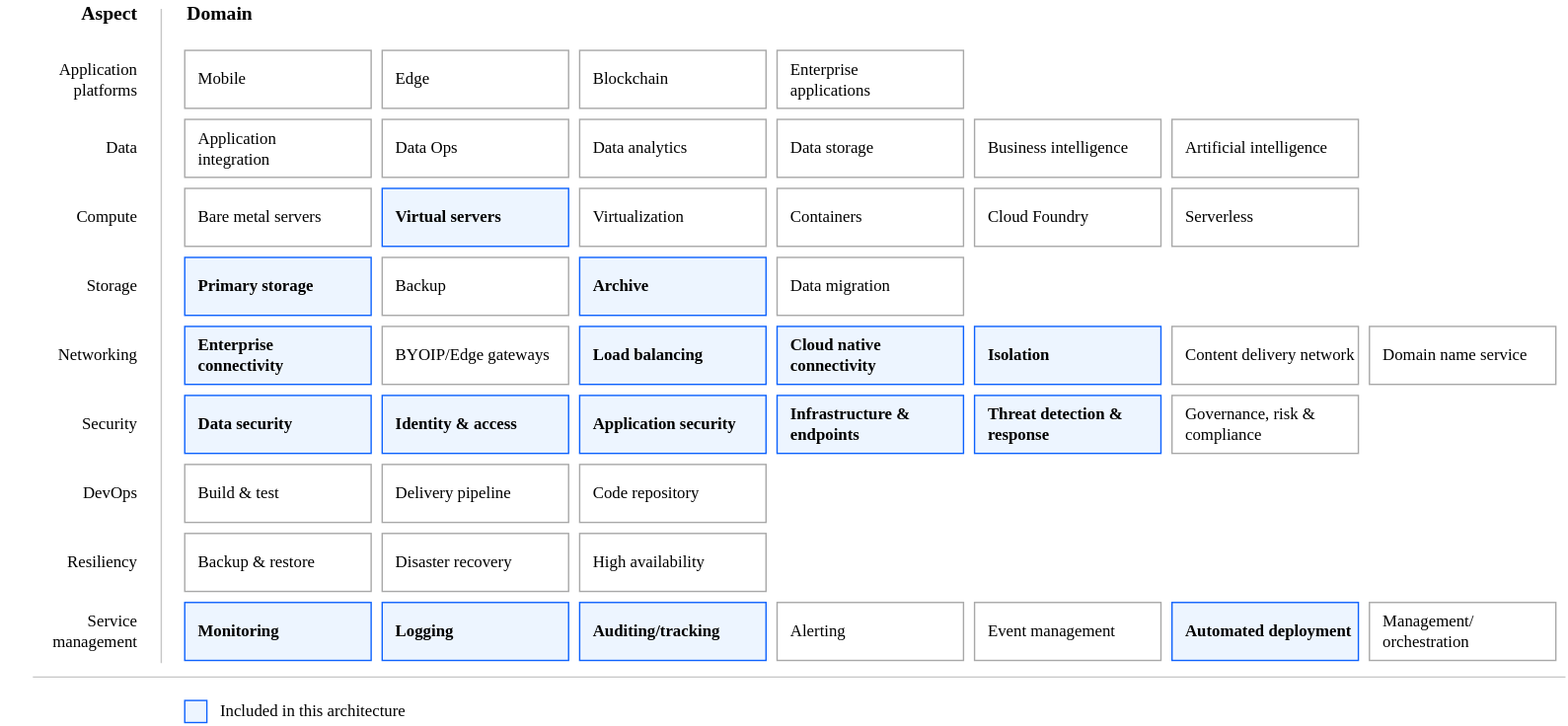
Above: reference-architectures/standard-openshift/heat-map-deploy-arch-ibm-pvs-inf-standard-openshift.svg in terraform-ibm-modules/terraform-ibm-powervs-infrastructure (draw.io), before the change. Source tidied: cells renumbered, new cells last; positions are measured from the earlier drawing's top-left corner, leaving out a move shared by most shapes.
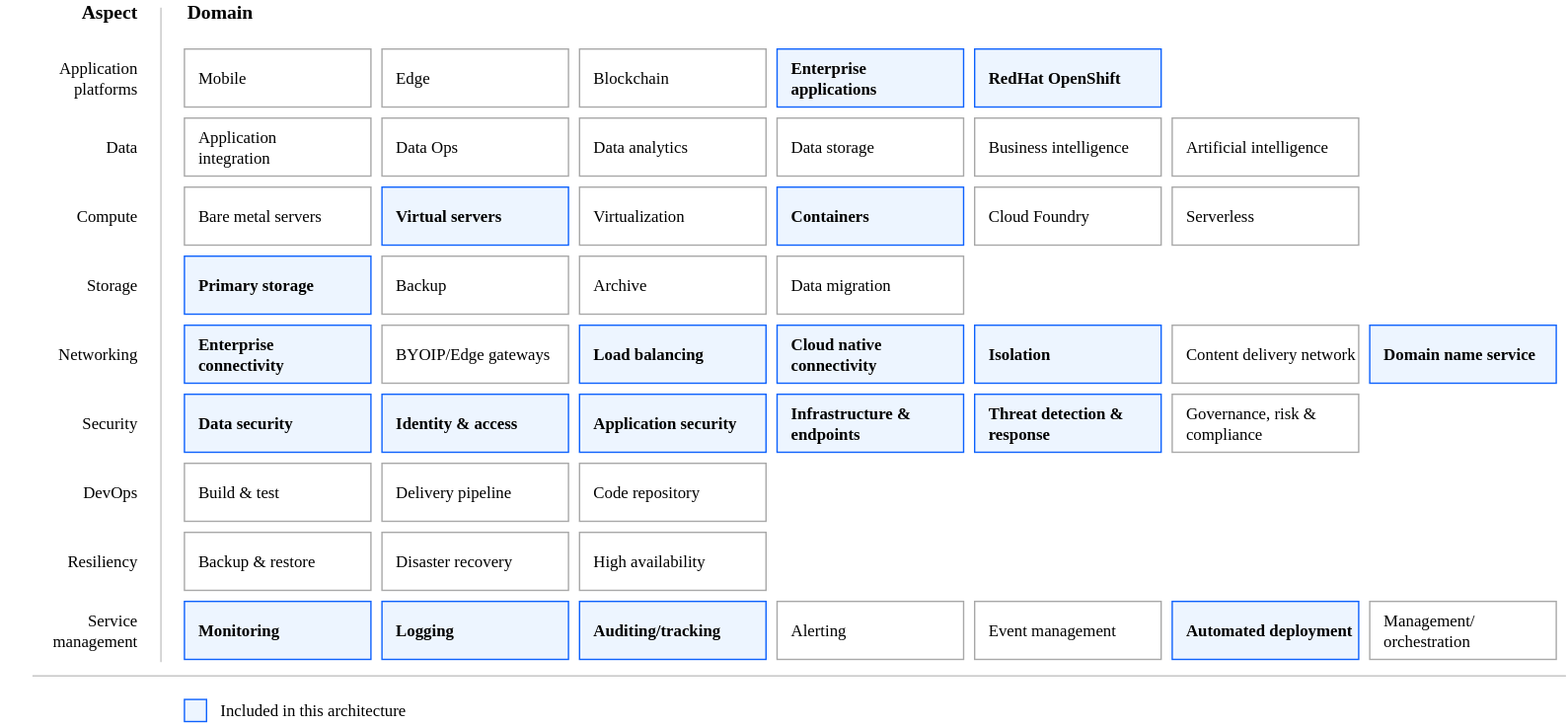
After the change.

Commit message:
docs: update ref arch

The edit, as a diff of the source:
```diff
@@ -35,7 +35,7 @@
     <mxCell id="12" value="Blockchain" style="rounded=0;whiteSpace=wrap;html=1;strokeColor=#A8A8A8;align=left;spacingLeft=8;fontFamily=IBM Plex Sans;fillColor=default;fontStyle=0;" parent="1" vertex="1">
       <mxGeometry x="419" y="36" width="135" height="42" as="geometry" />
     </mxCell>
-    <mxCell id="13" value="Enterprise &lt;br&gt;applications" style="rounded=0;whiteSpace=wrap;html=1;strokeColor=#A8A8A8;align=left;spacingLeft=8;fontFamily=IBM Plex Sans;fillColor=default;fontStyle=0;" parent="1" vertex="1">
+    <mxCell id="13" value="Enterprise &lt;br&gt;applications" style="rounded=0;whiteSpace=wrap;html=1;strokeColor=#0E62FD;align=left;spacingLeft=8;fontFamily=IBM Plex Sans;fillColor=#EDF5FF;fontStyle=1;verticalAlign=middle;fontSize=12;fontColor=default;" parent="1" vertex="1">
       <mxGeometry x="562" y="36" width="135" height="42" as="geometry" />
     </mxCell>
     <mxCell id="14" value="Data Ops" style="rounded=0;whiteSpace=wrap;html=1;strokeColor=#A8A8A8;align=left;spacingLeft=8;fontFamily=IBM Plex Sans;fillColor=default;fontStyle=0;" parent="1" vertex="1">
@@ -56,7 +56,7 @@
     <mxCell id="19" value="Virtualization" style="rounded=0;whiteSpace=wrap;html=1;strokeColor=#A8A8A8;align=left;spacingLeft=8;fontFamily=IBM Plex Sans;fillColor=default;fontStyle=0;" parent="1" vertex="1">
       <mxGeometry x="419" y="136" width="135" height="42" as="geometry" />
     </mxCell>
-    <mxCell id="20" value="Containers" style="rounded=0;whiteSpace=wrap;html=1;strokeColor=#A8A8A8;align=left;spacingLeft=8;fontFamily=IBM Plex Sans;fillColor=default;fontStyle=0;" parent="1" vertex="1">
+    <mxCell id="20" value="Containers" style="rounded=0;whiteSpace=wrap;html=1;strokeColor=#0E62FD;align=left;spacingLeft=8;fontFamily=IBM Plex Sans;fillColor=#EDF5FF;fontStyle=1;verticalAlign=middle;fontSize=12;fontColor=default;" parent="1" vertex="1">
       <mxGeometry x="562" y="136" width="135" height="42" as="geometry" />
     </mxCell>
     <mxCell id="21" value="Cloud Foundry" style="rounded=0;whiteSpace=wrap;html=1;strokeColor=#A8A8A8;align=left;spacingLeft=8;fontFamily=IBM Plex Sans;fillColor=default;fontStyle=0;" parent="1" vertex="1">
@@ -68,7 +68,7 @@
     <mxCell id="23" value="Backup" style="rounded=0;whiteSpace=wrap;html=1;strokeColor=#A8A8A8;align=left;spacingLeft=8;fontFamily=IBM Plex Sans;fillColor=default;fontStyle=0;" parent="1" vertex="1">
       <mxGeometry x="276" y="186" width="135" height="42" as="geometry" />
     </mxCell>
-    <mxCell id="24" value="Archive" style="rounded=0;whiteSpace=wrap;html=1;strokeColor=#0E62FD;align=left;spacingLeft=8;fontFamily=IBM Plex Sans;fillColor=#EDF5FF;fontStyle=1;" parent="1" vertex="1">
+    <mxCell id="24" value="Archive" style="rounded=0;whiteSpace=wrap;html=1;strokeColor=#A8A8A8;align=left;spacingLeft=8;fontFamily=IBM Plex Sans;fillColor=default;fontStyle=0;verticalAlign=middle;fontSize=12;fontColor=default;" parent="1" vertex="1">
       <mxGeometry x="419" y="186" width="135" height="42" as="geometry" />
     </mxCell>
     <mxCell id="25" value="Data migration" style="rounded=0;whiteSpace=wrap;html=1;strokeColor=#A8A8A8;align=left;spacingLeft=8;fontFamily=IBM Plex Sans;fillColor=default;fontStyle=0;" parent="1" vertex="1">
@@ -89,7 +89,7 @@
     <mxCell id="30" value="Content delivery network" style="rounded=0;whiteSpace=wrap;html=1;strokeColor=#A8A8A8;align=left;spacingLeft=8;fontFamily=IBM Plex Sans;fillColor=default;fontStyle=0;" parent="1" vertex="1">
       <mxGeometry x="848" y="236" width="135" height="42" as="geometry" />
     </mxCell>
-    <mxCell id="31" value="Domain name service" style="rounded=0;whiteSpace=wrap;html=1;strokeColor=#A8A8A8;align=left;spacingLeft=8;fontFamily=IBM Plex Sans;fillColor=default;fontStyle=0;" parent="1" vertex="1">
+    <mxCell id="31" value="Domain name service" style="rounded=0;whiteSpace=wrap;html=1;strokeColor=#0E62FD;align=left;spacingLeft=8;fontFamily=IBM Plex Sans;fillColor=#EDF5FF;fontStyle=1;verticalAlign=middle;fontSize=12;fontColor=default;" parent="1" vertex="1">
       <mxGeometry x="991" y="236" width="135" height="42" as="geometry" />
     </mxCell>
     <mxCell id="32" value="Identity &amp;amp; access" style="rounded=0;whiteSpace=wrap;html=1;strokeColor=#0E62FD;align=left;spacingLeft=8;fontFamily=IBM Plex Sans;fillColor=#EDF5FF;fontStyle=1;" parent="1" vertex="1">
@@ -191,5 +191,8 @@
     <mxCell id="62" value="Artificial intelligence" style="rounded=0;whiteSpace=wrap;html=1;strokeColor=#A8A8A8;align=left;spacingLeft=8;fontFamily=IBM Plex Sans;fillColor=default;fontStyle=0;" parent="1" vertex="1">
       <mxGeometry x="848" y="86" width="135" height="42" as="geometry" />
     </mxCell>
+    <mxCell id="63" value="RedHat OpenShift" style="rounded=0;whiteSpace=wrap;html=1;strokeColor=#0E62FD;align=left;spacingLeft=8;fontFamily=IBM Plex Sans;fillColor=#EDF5FF;fontStyle=1;verticalAlign=middle;fontSize=12;fontColor=default;" parent="1" vertex="1">
+      <mxGeometry x="705" y="36" width="135" height="42" as="geometry" />
+    </mxCell>
   </root>
 </mxGraphModel>
```
